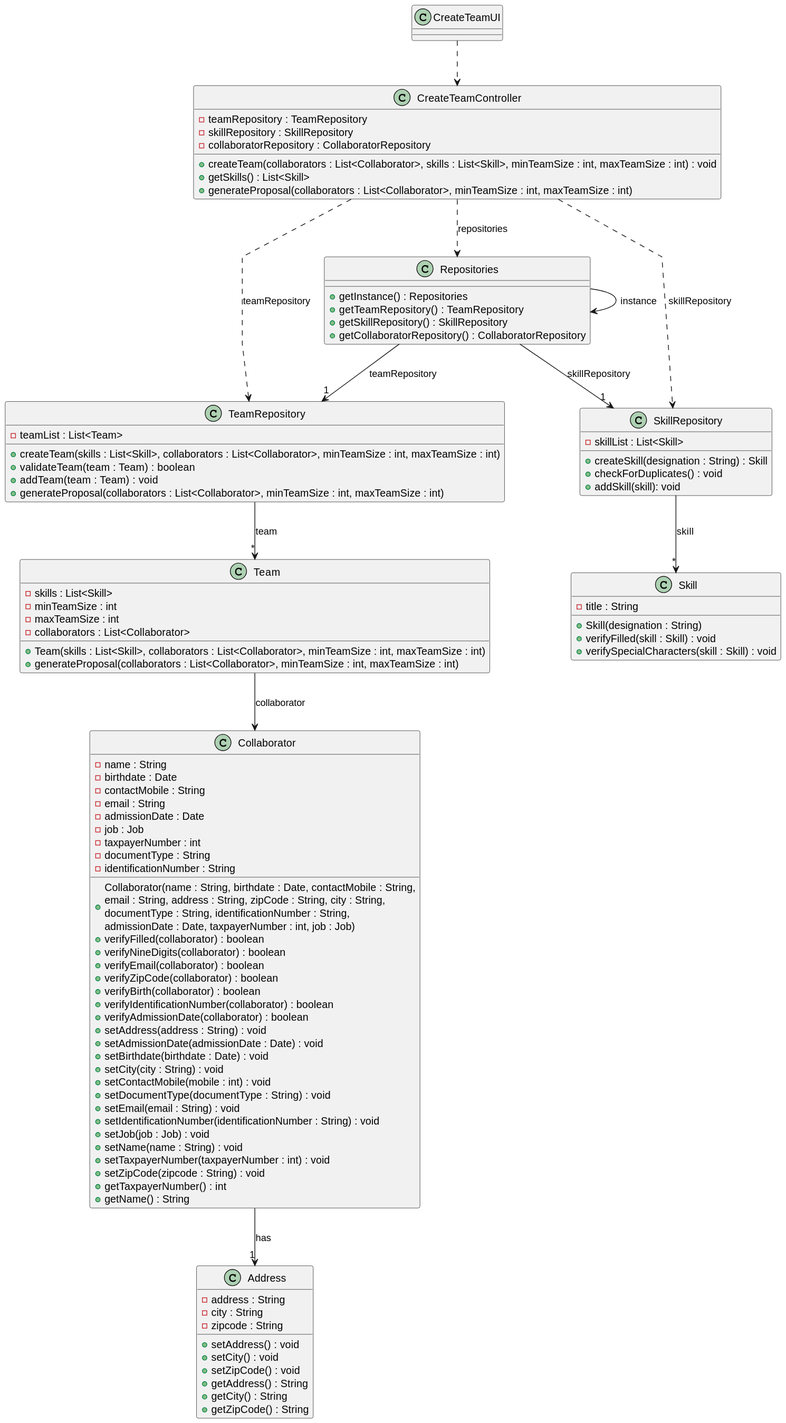
ricardomm7/leaflink keeps this PlantUML diagram as docs/sprintB/us005/03.design/svg/us005-class-diagram.svg. Above is the earlier version. Its diagram source:
```plantuml
@startuml
skinparam packageStyle rectangle
skinparam shadowing false
skinparam linetype polyline

class CreateTeamUI {
}

class CreateTeamController {
    - teamRepository : TeamRepository
    - skillRepository : SkillRepository
    - collaboratorRepository : CollaboratorRepository
    + createTeam(collaborators : List<Collaborator>, skills : List<Skill>, minTeamSize : int, maxTeamSize : int) : void
    + getSkills() : List<Skill>
        + generateProposal(collaborators : List<Collaborator>, minTeamSize : int, maxTeamSize : int)

}

class Repositories {
    + getInstance() : Repositories
    + getTeamRepository() : TeamRepository
    + getSkillRepository() : SkillRepository
    + getCollaboratorRepository() : CollaboratorRepository

}

class TeamRepository {
    - teamList : List<Team>
+ createTeam(skills : List<Skill>, collaborators : List<Collaborator>, minTeamSize : int, maxTeamSize : int)
+ validateTeam(team : Team) : boolean
    + addTeam(team : Team) : void
    + generateProposal(collaborators : List<Collaborator>, minTeamSize : int, maxTeamSize : int)
}

class SkillRepository {
    - skillList : List<Skill>
    +createSkill(designation : String) : Skill
        +checkForDuplicates() : void
        +addSkill(skill): void
}

class Team {
    - skills : List<Skill>
    - minTeamSize : int
    - maxTeamSize : int
    - collaborators : List<Collaborator>
    + Team(skills : List<Skill>, collaborators : List<Collaborator>, minTeamSize : int, maxTeamSize : int)
    + generateProposal(collaborators : List<Collaborator>, minTeamSize : int, maxTeamSize : int)
}

class Skill {
    - title : String
    + Skill(designation : String)
    +verifyFilled(skill : Skill) : void
    +verifySpecialCharacters(skill : Skill) : void
}

class Collaborator {
    - name : String
    - birthdate : Date
    - contactMobile : String
    - email : String
    - admissionDate : Date
    - job : Job
    - taxpayerNumber : int
    + Collaborator(name : String, birthdate : Date, contactMobile : String,\nemail : String, address : String, zipCode : String, city : String,\ndocumentType : String, identificationNumber : String, \nadmissionDate : Date, taxpayerNumber : int, job : Job)
    + verifyFilled(collaborator) : boolean
    + verifyNineDigits(collaborator) : boolean
    + verifyEmail(collaborator) : boolean
    + verifyZipCode(collaborator) : boolean
    + verifyBirth(collaborator) : boolean
    + verifyIdentificationNumber(collaborator) : boolean
    + verifyAdmissionDate(collaborator) : boolean
    - documentType : String
    - identificationNumber : String
    +setAddress(address : String) : void
    +setAdmissionDate(admissionDate : Date) : void
    +setBirthdate(birthdate : Date) : void
    +setCity(city : String) : void
    +setContactMobile(mobile : int) : void
    +setDocumentType(documentType : String) : void
    +setEmail(email : String) : void
    +setIdentificationNumber(identificationNumber : String) : void
    +setJob(job : Job) : void
    +setName(name : String) : void
    +setTaxpayerNumber(taxpayerNumber : int) : void
    +setZipCode(zipcode : String) : void
    +getTaxpayerNumber() : int
    +getName() : String
}

class Address {
    -address : String
    -city : String
    -zipcode : String
    +setAddress() : void
    +setCity() : void
    +setZipCode() : void
    +getAddress() : String
    +getCity() : String
    +getZipCode() : String
}

CreateTeamUI ..> CreateTeamController
CreateTeamController ..> Repositories : repositories
Repositories --> Repositories : instance
Repositories --> "1" TeamRepository : teamRepository
Repositories --> "1" SkillRepository : skillRepository
CreateTeamController ..> TeamRepository : teamRepository
CreateTeamController ..> SkillRepository : skillRepository
TeamRepository --> "*" Team : team
SkillRepository --> "*" Skill : skill
Team --> Collaborator : collaborator
Collaborator --> "1" Address : has
@enduml
```
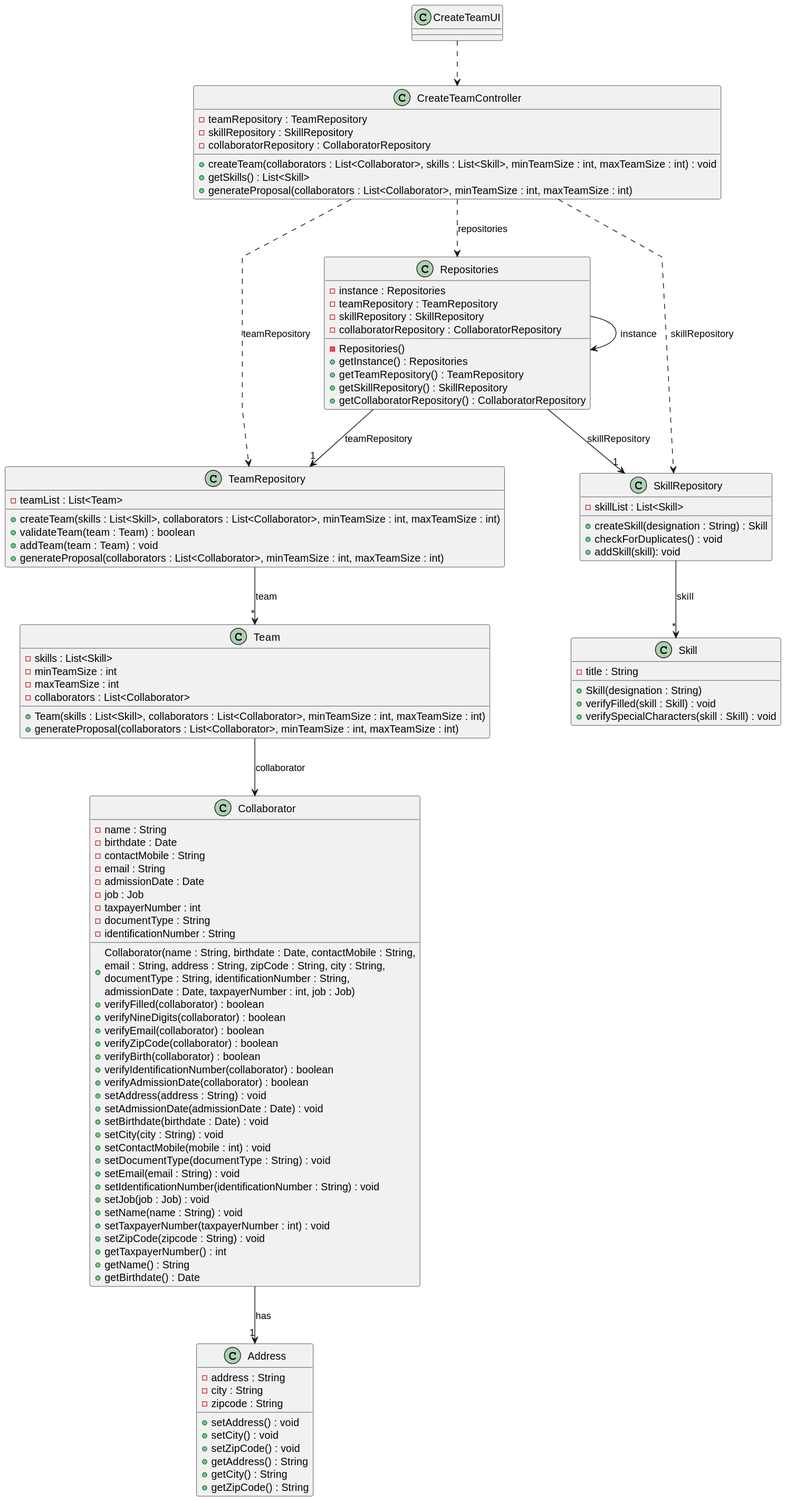
The same diagram one commit later.

What changed in the source:
```diff
@@ -17,6 +17,11 @@
 }
 
 class Repositories {
+    - instance : Repositories
+    - Repositories()
+    -teamRepository : TeamRepository
+    -skillRepository : SkillRepository
+    -collaboratorRepository : CollaboratorRepository
     + getInstance() : Repositories
     + getTeamRepository() : TeamRepository
     + getSkillRepository() : SkillRepository
@@ -87,6 +92,8 @@
     +setZipCode(zipcode : String) : void
     +getTaxpayerNumber() : int
     +getName() : String
+    +getBirthdate() : Date
+
 }
 
 class Address {
```
